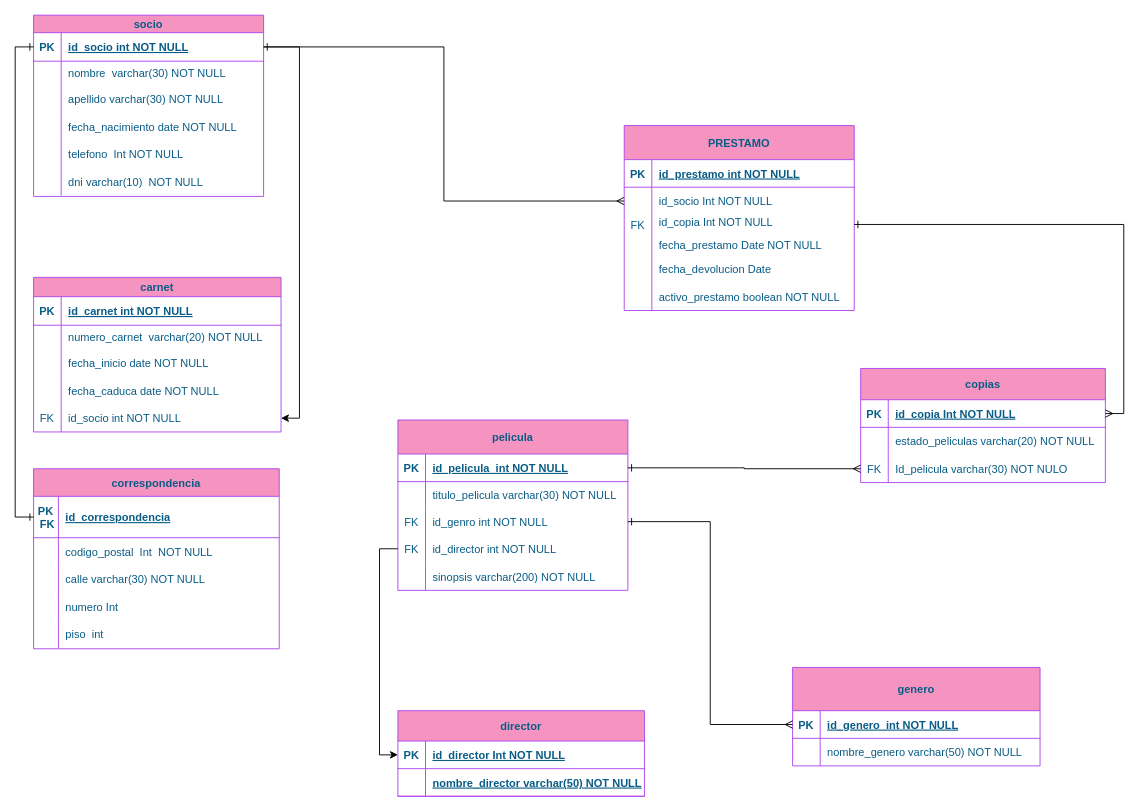
Above: Diagrama.draw.io.drawio in jonatahan-en/practica-sql (draw.io), before the change. Source tidied: cells renumbered, new cells numbered last; positions are measured from the earlier drawing's top-left corner, leaving out a move shared by most shapes. Both pictures are drawn from the tidied source at 92%, with x=0, y=0 at pixel (33, 15).
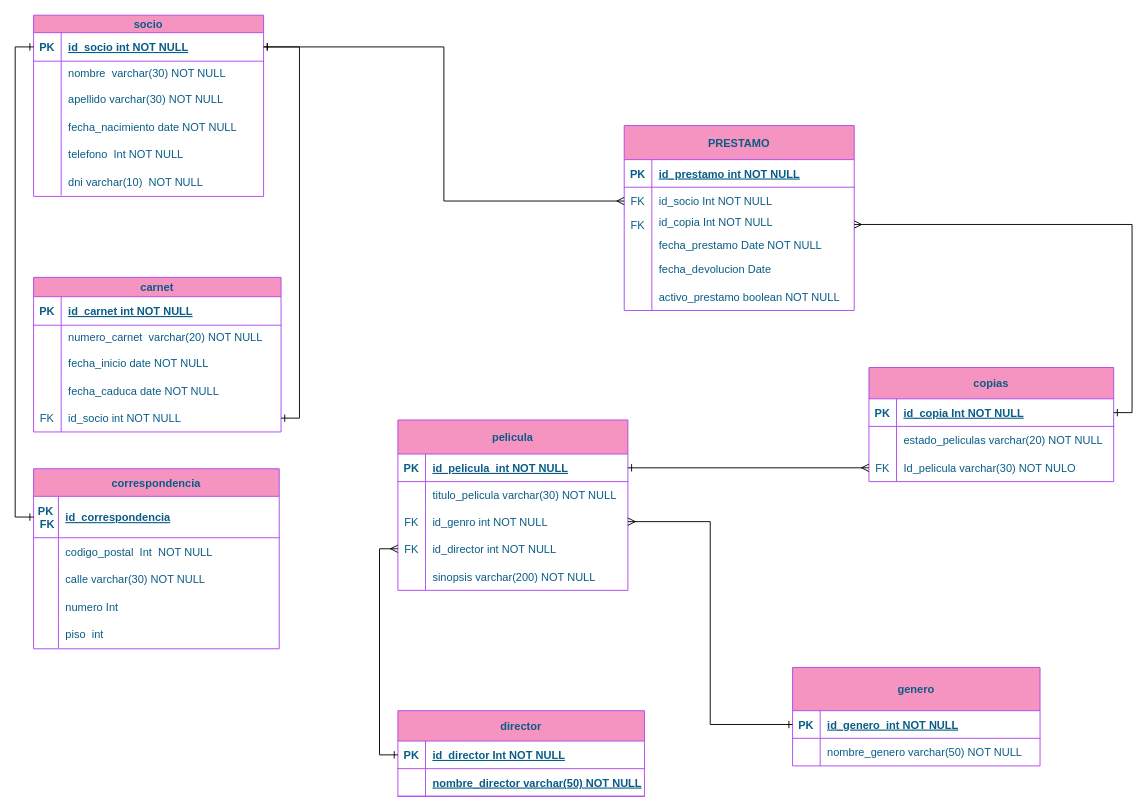
The same page after the edit.

Commit message:
refactorizacion diagrama

Unchanged cells that the change refers to:
```xml
<mxCell id="3" style="shape=partialRectangle;fillColor=none;points=[[0,0.5],[1,0.5]];portConstraint=eastwest;top=0;left=0;right=0;bottom=1;labelBackgroundColor=none;strokeColor=#AF45ED;fontColor=#095C86;" parent="2" vertex="1">
  <mxGeometry y="19" width="250" height="31" as="geometry" />
</mxCell>
<mxCell id="38" style="shape=partialRectangle;fillColor=none;points=[[0,0.5],[1,0.5]];portConstraint=eastwest;top=0;left=0;right=0;bottom=1;labelBackgroundColor=none;strokeColor=#AF45ED;fontColor=#095C86;" parent="37" vertex="1">
  <mxGeometry y="47" width="269" height="30" as="geometry" />
</mxCell>
<mxCell id="48" style="shape=partialRectangle;fillColor=none;points=[[0,0.5],[1,0.5]];portConstraint=eastwest;top=0;left=0;right=0;bottom=0;labelBackgroundColor=none;strokeColor=#AF45ED;fontColor=#095C86;" parent="44" vertex="1">
  <mxGeometry y="67" width="250" height="30" as="geometry" />
</mxCell>
<mxCell id="51" style="shape=partialRectangle;fillColor=none;points=[[0,0.5],[1,0.5]];portConstraint=eastwest;top=0;left=0;right=0;bottom=0;labelBackgroundColor=none;strokeColor=#AF45ED;fontColor=#095C86;" parent="44" vertex="1">
  <mxGeometry y="97" width="250" height="21" as="geometry" />
</mxCell>
<mxCell id="64" style="shape=partialRectangle;fillColor=none;points=[[0,0.5],[1,0.5]];portConstraint=eastwest;top=0;left=0;right=0;bottom=1;labelBackgroundColor=none;strokeColor=#AF45ED;fontColor=#095C86;" parent="63" vertex="1">
  <mxGeometry y="33" width="268" height="30" as="geometry" />
</mxCell>
<mxCell id="78" style="shape=partialRectangle;fillColor=none;points=[[0,0.5],[1,0.5]];portConstraint=eastwest;top=0;left=0;right=0;bottom=0;labelBackgroundColor=none;strokeColor=#AF45ED;fontColor=#095C86;" parent="71" vertex="1">
  <mxGeometry y="96" width="250" height="29" as="geometry" />
</mxCell>
<mxCell id="81" style="shape=partialRectangle;fillColor=none;points=[[0,0.5],[1,0.5]];portConstraint=eastwest;top=0;left=0;right=0;bottom=0;labelBackgroundColor=none;strokeColor=#AF45ED;fontColor=#095C86;" parent="71" vertex="1">
  <mxGeometry y="125" width="250" height="30" as="geometry" />
</mxCell>
<mxCell id="88" style="shape=partialRectangle;fillColor=none;points=[[0,0.5],[1,0.5]];portConstraint=eastwest;top=0;left=0;right=0;bottom=1;labelBackgroundColor=none;strokeColor=#AF45ED;fontColor=#095C86;" parent="87" vertex="1">
  <mxGeometry y="34" width="266" height="30" as="geometry" />
</mxCell>
<mxCell id="114" style="shape=partialRectangle;fillColor=none;points=[[0,0.5],[1,0.5]];portConstraint=eastwest;top=0;left=0;right=0;bottom=0;labelBackgroundColor=none;strokeColor=#AF45ED;fontColor=#095C86;" parent="101" vertex="1">
  <mxGeometry y="138" width="269" height="30" as="geometry" />
</mxCell>
```

Diff of the diagram source:
```diff
@@
-    <mxCell id="49" style="shape=partialRectangle;overflow=hidden;fillColor=none;top=0;left=0;bottom=0;right=0;labelBackgroundColor=none;strokeColor=#AF45ED;fontColor=#095C86;" parent="48" vertex="1">
+    <mxCell id="49" value="FK" style="shape=partialRectangle;overflow=hidden;fillColor=none;top=0;left=0;bottom=0;right=0;labelBackgroundColor=none;strokeColor=#AF45ED;fontColor=#095C86;" parent="48" vertex="1">
       <mxGeometry width="30" height="30" as="geometry" />
     </mxCell>
@@
     <mxCell id="87" value="copias" style="shape=table;startSize=34;childLayout=tableLayout;rowLines=0;fontStyle=1;align=center;fillColor=#F694C1;strokeColor=#AF45ED;labelBackgroundColor=none;fontColor=#095C86;" parent="1" vertex="1">
-      <mxGeometry x="899" y="384" width="266" height="124" as="geometry" />
+      <mxGeometry x="908" y="383" width="266" height="124" as="geometry" />
     </mxCell>
@@
-    <mxCell id="97" style="edgeStyle=orthogonalEdgeStyle;rounded=0;jettySize=auto;html=1;exitX=0;exitY=0.5;exitDx=0;exitDy=0;entryX=1;entryY=0.5;entryDx=0;entryDy=0;startArrow=ERmany;startFill=0;endArrow=ERone;endFill=0;" parent="1" edge="1" source="38" target="78">
+    <mxCell id="97" style="edgeStyle=orthogonalEdgeStyle;rounded=0;jettySize=auto;html=1;exitX=0;exitY=0.5;exitDx=0;exitDy=0;entryX=1;entryY=0.5;entryDx=0;entryDy=0;startArrow=ERone;startFill=0;endArrow=ERmany;endFill=0;" parent="1" edge="1" source="38" target="78">
       <mxGeometry relative="1" as="geometry" />
     </mxCell>
@@
-    <mxCell id="100" style="edgeStyle=orthogonalEdgeStyle;rounded=0;jettySize=auto;html=1;exitX=1;exitY=0.5;exitDx=0;exitDy=0;entryX=1;entryY=0.5;entryDx=0;entryDy=0;endArrow=ERmany;endFill=0;startArrow=ERone;startFill=0;" parent="1" edge="1" source="51" target="88">
+    <mxCell id="100" style="edgeStyle=orthogonalEdgeStyle;rounded=0;jettySize=auto;html=1;exitX=1;exitY=0.5;exitDx=0;exitDy=0;entryX=1;entryY=0.5;entryDx=0;entryDy=0;endArrow=ERone;endFill=0;startArrow=ERmany;startFill=0;" parent="1" edge="1" source="51" target="88">
       <mxGeometry relative="1" as="geometry" />
     </mxCell>
@@
-    <mxCell id="117" style="edgeStyle=orthogonalEdgeStyle;rounded=0;jettySize=auto;html=1;exitX=1;exitY=0.5;exitDx=0;exitDy=0;entryX=1;entryY=0.5;entryDx=0;entryDy=0;" parent="1" edge="1" source="3" target="114">
+    <mxCell id="117" style="edgeStyle=orthogonalEdgeStyle;rounded=0;jettySize=auto;html=1;exitX=1;exitY=0.5;exitDx=0;exitDy=0;entryX=1;entryY=0.5;entryDx=0;entryDy=0;startArrow=ERone;startFill=0;endArrow=ERone;endFill=0;" parent="1" edge="1" source="3" target="114">
       <mxGeometry relative="1" as="geometry" />
     </mxCell>
-    <mxCell id="118" style="edgeStyle=orthogonalEdgeStyle;rounded=0;jettySize=auto;html=1;exitX=0;exitY=0.5;exitDx=0;exitDy=0;entryX=0;entryY=0.5;entryDx=0;entryDy=0;" parent="1" edge="1" source="81" target="64">
+    <mxCell id="118" style="edgeStyle=orthogonalEdgeStyle;rounded=0;jettySize=auto;html=1;exitX=0;exitY=0.5;exitDx=0;exitDy=0;entryX=0;entryY=0.5;entryDx=0;entryDy=0;startArrow=ERmany;startFill=0;endArrow=ERone;endFill=0;" parent="1" edge="1" source="81" target="64">
       <mxGeometry relative="1" as="geometry" />
     </mxCell>
```
